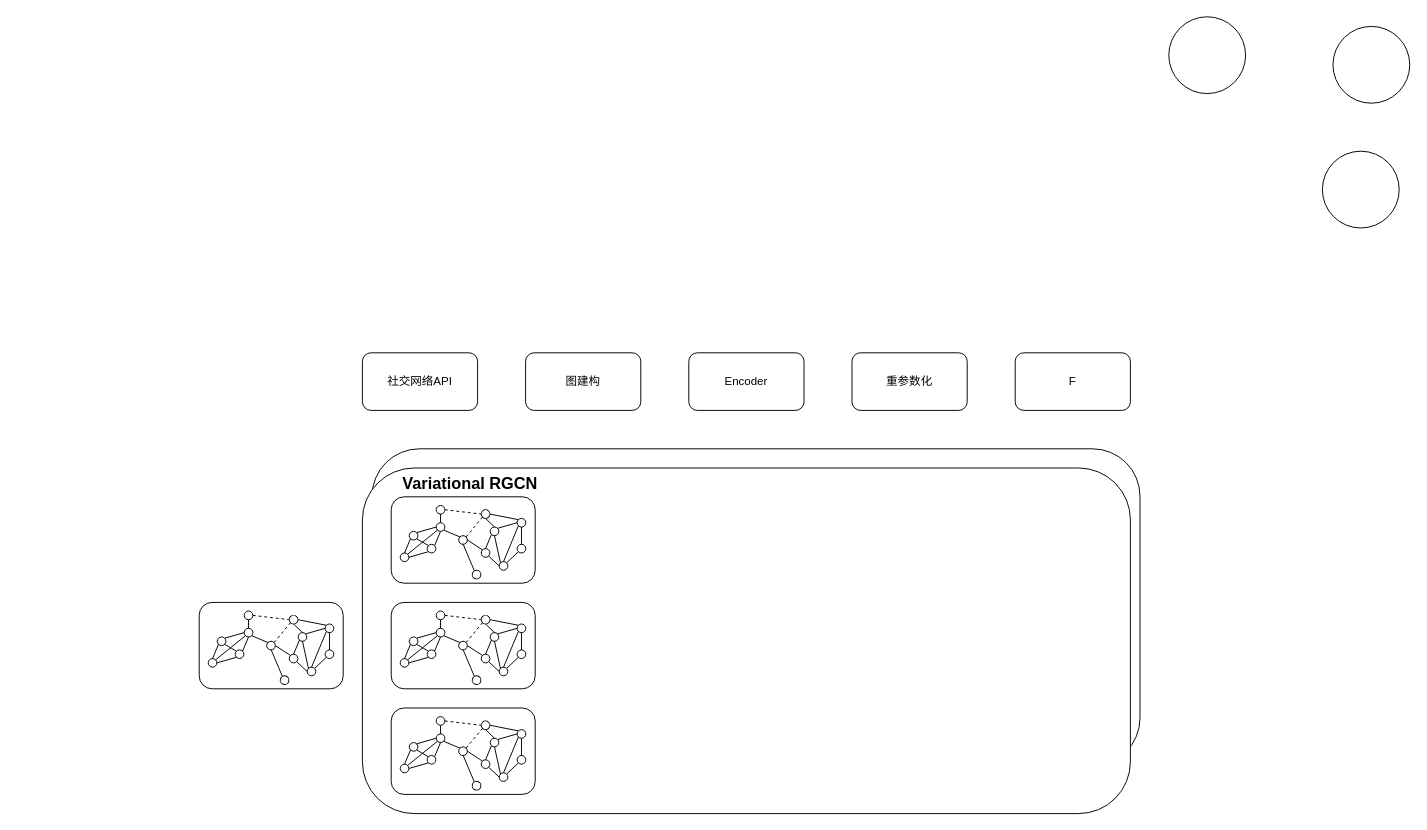
infizhe/wyz keeps this draw.io diagram as 未命名绘图.drawio. Above is the earlier version. Source tidied: cells renumbered, new cells numbered last; positions are measured from the earlier drawing's top-left corner, leaving out a move shared by most shapes. Both pictures are drawn from the tidied source at 96%, with x=0, y=0 at pixel (199, 16).
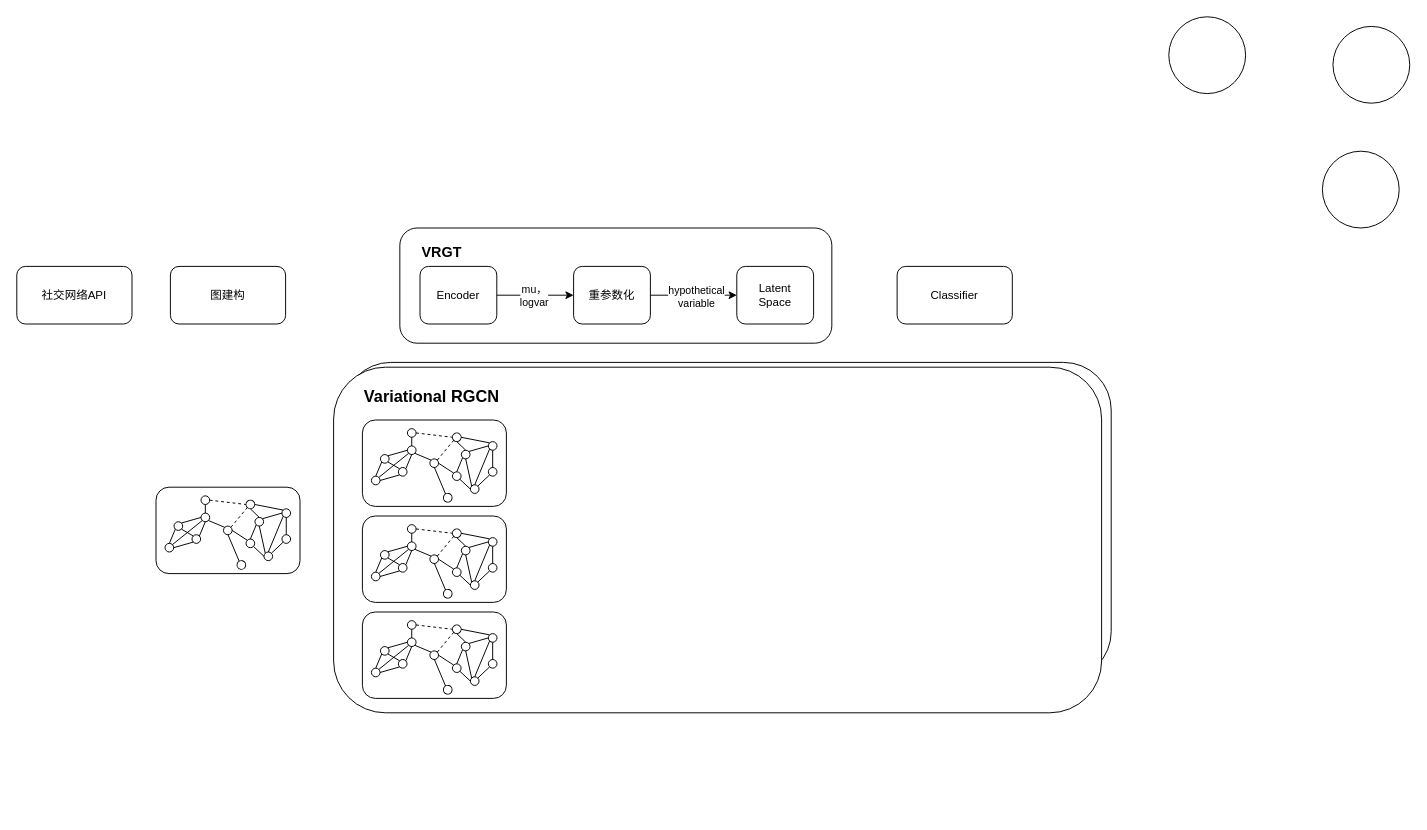
After the change.

What changed in the source:
```diff
@@
+    <mxCell id="157" style="rounded=1;whiteSpace=wrap;html=1;" parent="1" vertex="1">
+      <mxGeometry x="209" y="220" width="450" height="120" as="geometry" />
+    </mxCell>
     <mxCell id="2" style="rounded=1;whiteSpace=wrap;html=1;" parent="1" vertex="1">
-      <mxGeometry x="180" y="450" width="800" height="330" as="geometry" />
+      <mxGeometry x="150" y="360" width="800" height="330" as="geometry" />
     </mxCell>
     <mxCell id="3" style="rounded=1;whiteSpace=wrap;html=1;" parent="1" vertex="1">
-      <mxGeometry x="170" y="470" width="800" height="360" as="geometry" />
+      <mxGeometry x="140" y="365" width="800" height="360" as="geometry" />
     </mxCell>
     <mxCell id="4" value="&lt;h1 style=&quot;margin-top: 0px; font-size: 17px;&quot;&gt;Variational RGCN&lt;/h1&gt;&lt;p style=&quot;font-size: 17px;&quot;&gt;&lt;br style=&quot;font-size: 17px;&quot;&gt;&lt;/p&gt;" style="text;html=1;whiteSpace=wrap;overflow=hidden;rounded=0;fontSize=17;" parent="1" vertex="1">
-      <mxGeometry x="210" y="470" width="210" height="40" as="geometry" />
+      <mxGeometry x="170" y="380" width="210" height="40" as="geometry" />
     </mxCell>
     <mxCell id="5" value="社交网络API" style="rounded=1;whiteSpace=wrap;html=1;" parent="1" vertex="1">
-      <mxGeometry x="170" y="350" width="120" height="60" as="geometry" />
+      <mxGeometry x="-190" y="260" width="120" height="60" as="geometry" />
     </mxCell>
     <mxCell id="6" value="图建构" style="rounded=1;whiteSpace=wrap;html=1;" parent="1" vertex="1">
-      <mxGeometry x="340" y="350" width="120" height="60" as="geometry" />
+      <mxGeometry x="-30" y="260" width="120" height="60" as="geometry" />
     </mxCell>
     <mxCell id="7" value="Encoder" style="rounded=1;whiteSpace=wrap;html=1;" parent="1" vertex="1">
-      <mxGeometry x="510" y="350" width="120" height="60" as="geometry" />
+      <mxGeometry x="230" y="260" width="80" height="60" as="geometry" />
     </mxCell>
+    <mxCell id="158" value="&lt;div style=&quot;text-align: start;&quot;&gt;&lt;br&gt;&lt;/div&gt;" style="edgeStyle=orthogonalEdgeStyle;rounded=0;jettySize=auto;html=1;exitX=1;exitY=0.5;exitDx=0;exitDy=0;entryX=0;entryY=0.5;entryDx=0;entryDy=0;" parent="1" edge="1" source="8" target="9">
+      <mxGeometry relative="1" as="geometry" />
+    </mxCell>
+    <mxCell id="159" value="hypothetical&lt;div&gt;variable&lt;/div&gt;" style="edgeLabel;html=1;align=center;verticalAlign=middle;" parent="158" vertex="1">
+      <mxGeometry x="0.04" y="-1" relative="1" as="geometry" />
+    </mxCell>
     <mxCell id="8" value="重参数化" style="rounded=1;whiteSpace=wrap;html=1;" parent="1" vertex="1">
-      <mxGeometry x="680" y="350" width="120" height="60" as="geometry" />
+      <mxGeometry x="390" y="260" width="80" height="60" as="geometry" />
     </mxCell>
-    <mxCell id="9" value="F" style="rounded=1;whiteSpace=wrap;html=1;" parent="1" vertex="1">
-      <mxGeometry x="850" y="350" width="120" height="60" as="geometry" />
+    <mxCell id="9" value="Latent&lt;div&gt;Space&lt;/div&gt;" style="rounded=1;whiteSpace=wrap;html=1;" parent="1" vertex="1">
+      <mxGeometry x="560" y="260" width="80" height="60" as="geometry" />
     </mxCell>
@@
     <mxCell id="13" style="group;" parent="1" vertex="1">
-      <mxGeometry y="610" width="150" height="90" as="geometry" />
+      <mxGeometry x="-45" y="490" width="150" height="90" as="geometry" />
     </mxCell>
@@
     <mxCell id="49" style="group;" parent="1" vertex="1">
-      <mxGeometry x="200" y="500" width="150" height="90" as="geometry" />
+      <mxGeometry x="170" y="420" width="150" height="90" as="geometry" />
     </mxCell>
@@
     <mxCell id="85" style="group;" parent="1" vertex="1">
-      <mxGeometry x="200" y="610" width="150" height="90" as="geometry" />
+      <mxGeometry x="170" y="520" width="150" height="90" as="geometry" />
     </mxCell>
@@
     <mxCell id="121" style="group;" parent="1" vertex="1">
-      <mxGeometry x="200" y="720" width="150" height="90" as="geometry" />
+      <mxGeometry x="170" y="620" width="150" height="90" as="geometry" />
     </mxCell>
@@
+    <mxCell id="160" style="endArrow=classic;html=1;rounded=0;exitX=1;exitY=0.5;exitDx=0;exitDy=0;entryX=0;entryY=0.5;entryDx=0;entryDy=0;" parent="1" edge="1" source="7" target="8">
+      <mxGeometry relative="1" as="geometry" />
+    </mxCell>
+    <mxCell id="161" value="mu，&lt;div&gt;logvar&lt;/div&gt;" style="edgeLabel;html=1;align=center;verticalAlign=middle;" parent="160" vertex="1">
+      <mxGeometry x="0.31" y="-1" relative="1" as="geometry">
+        <mxPoint x="-14" y="-1" as="offset" />
+      </mxGeometry>
+    </mxCell>
+    <mxCell id="162" value="Classifier" style="rounded=1;whiteSpace=wrap;html=1;" parent="1" vertex="1">
+      <mxGeometry x="727" y="260" width="120" height="60" as="geometry" />
+    </mxCell>
+    <mxCell id="163" value="&lt;h1 style=&quot;margin-top: 0px; font-size: 15px;&quot;&gt;VRGT&lt;/h1&gt;" style="text;html=1;whiteSpace=wrap;overflow=hidden;rounded=0;fontSize=15;" parent="1" vertex="1">
+      <mxGeometry x="230" y="230" width="180" height="40" as="geometry" />
+    </mxCell>
```
